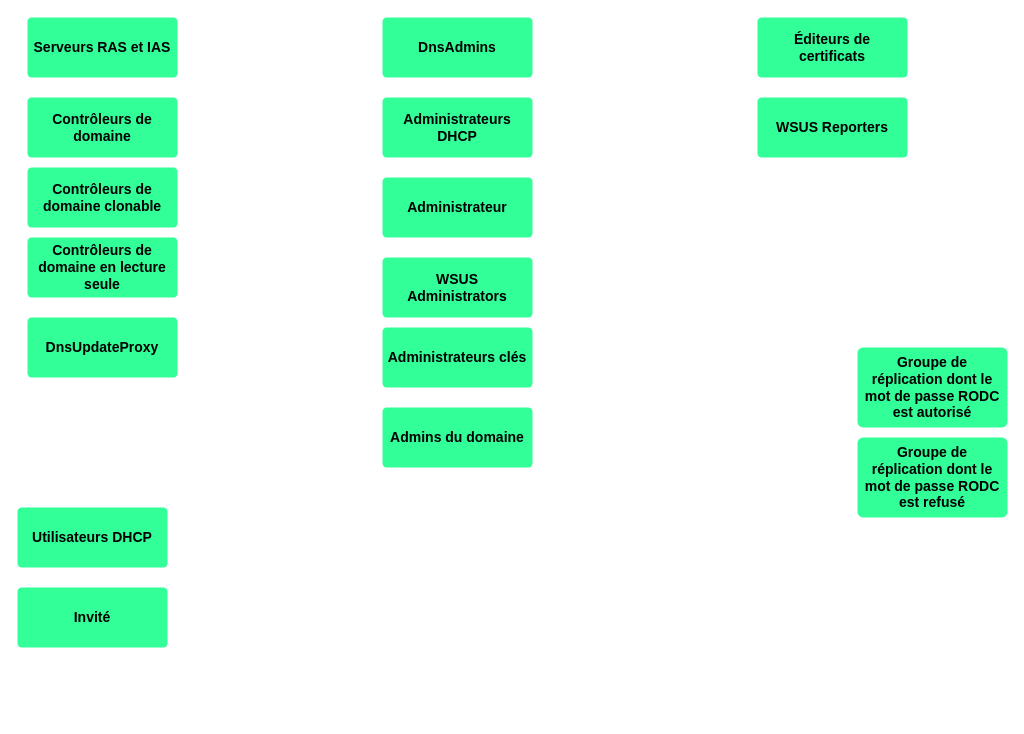
Before: Diagramme sans nom.drawio in CharifMah/AbstergoAnimus, a draw.io diagram. Source tidied: cells renumbered, new cells numbered last; positions are measured from the earlier drawing's top-left corner, leaving out a move shared by most shapes. Both pictures are drawn from the tidied source at 100%, with x=0, y=0 at pixel (17, 17).
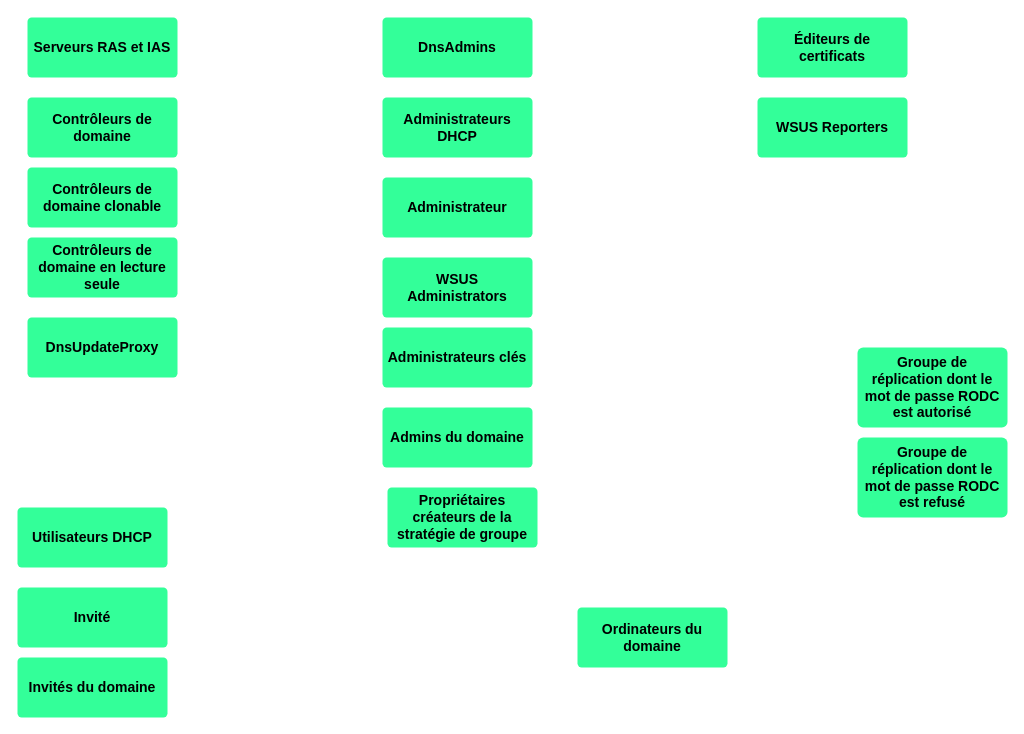
Above is the later version.

Commit message (it also covers changes not shown here):
Mettre à jour Diagramme sans nom.drawio

Diff of the diagram source:
```diff
@@
+    <mxCell id="19" value="Invités du domaine" style="rounded=1;whiteSpace=wrap;html=1;shadow=0;labelBackgroundColor=none;strokeColor=none;strokeWidth=3;fillColor=#33FF99;fontFamily=Helvetica;fontSize=14;fontColor=#000000;align=center;spacing=5;fontStyle=1;arcSize=7;perimeterSpacing=2;" parent="1" vertex="1">
+      <mxGeometry y="640" width="150" height="60" as="geometry" />
+    </mxCell>
+    <mxCell id="20" value="Ordinateurs du domaine" style="rounded=1;whiteSpace=wrap;html=1;shadow=0;labelBackgroundColor=none;strokeColor=none;strokeWidth=3;fillColor=#33FF99;fontFamily=Helvetica;fontSize=14;fontColor=#000000;align=center;spacing=5;fontStyle=1;arcSize=7;perimeterSpacing=2;" parent="1" vertex="1">
+      <mxGeometry x="560" y="590" width="150" height="60" as="geometry" />
+    </mxCell>
+    <mxCell id="21" value="Propriétaires créateurs de la stratégie de groupe" style="rounded=1;whiteSpace=wrap;html=1;shadow=0;labelBackgroundColor=none;strokeColor=none;strokeWidth=3;fillColor=#33FF99;fontFamily=Helvetica;fontSize=14;fontColor=#000000;align=center;spacing=5;fontStyle=1;arcSize=7;perimeterSpacing=2;" parent="1" vertex="1">
+      <mxGeometry x="370" y="470" width="150" height="60" as="geometry" />
+    </mxCell>
```
